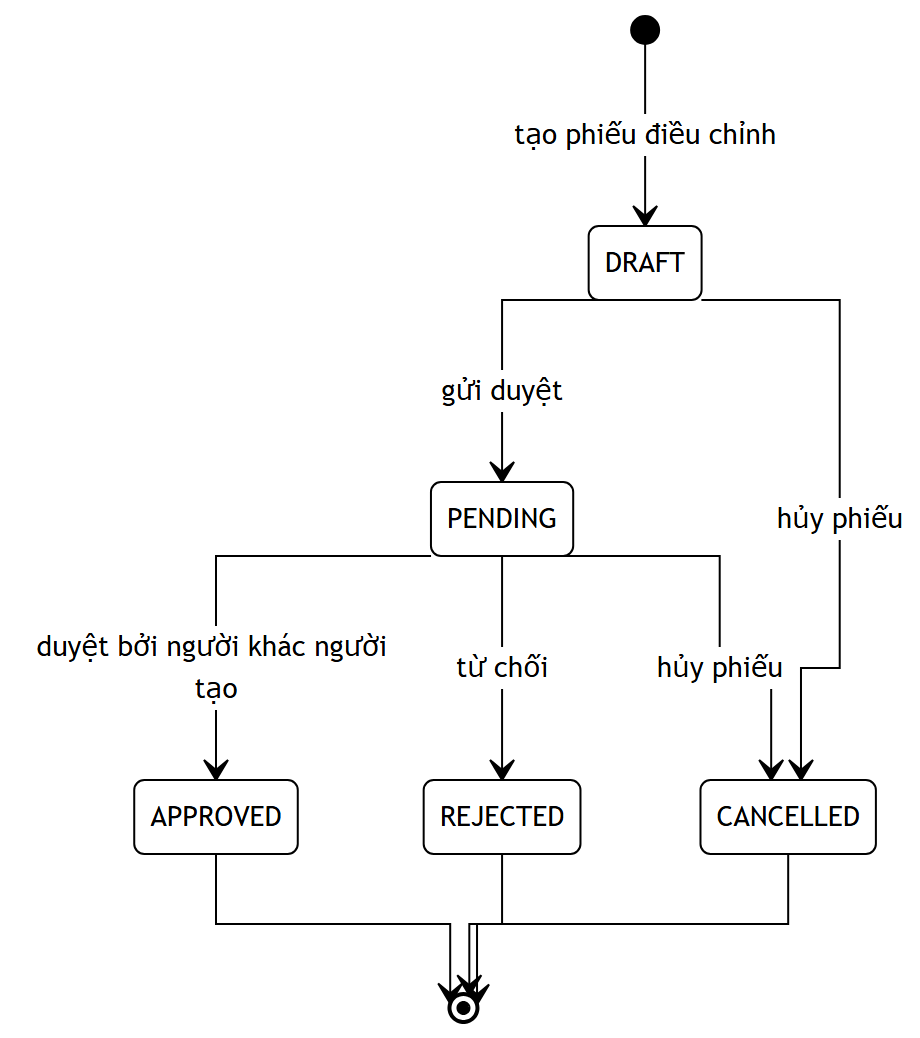
Above: docs/diagrams/06_2-4-1_5-quy-trinh-dieu-chinh-ton-stock-adjustment_state.png in nguyenthihongnhu-dotcom/luanvan2026 (Mermaid), before the change. Its source is kept beside it as docs/diagrams/06_2-4-1_5-quy-trinh-dieu-chinh-ton-stock-adjustment_state.mmd.
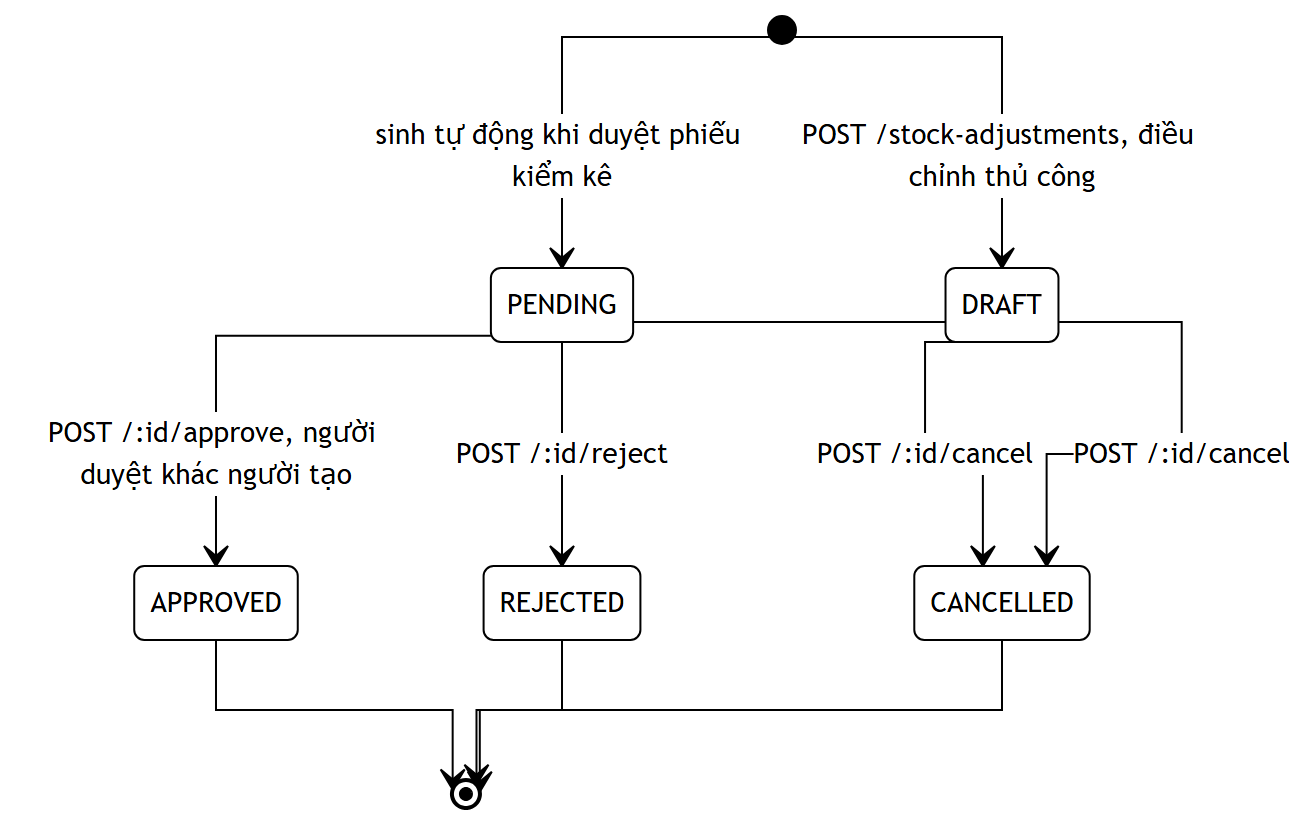
The same diagram one commit later.

Change to the diagram source:
```diff
@@ -24,12 +24,12 @@
   'state': { 'padding': 12, 'useMaxWidth': false }
 }}%%
 stateDiagram-v2
-    [*] --> DRAFT: tạo phiếu điều chỉnh
-    DRAFT --> PENDING: gửi duyệt
-    DRAFT --> CANCELLED: hủy phiếu
-    PENDING --> APPROVED: duyệt bởi người khác người tạo
-    PENDING --> REJECTED: từ chối
-    PENDING --> CANCELLED: hủy phiếu
+    [*] --> DRAFT: POST /stock-adjustments, điều chỉnh thủ công
+    [*] --> PENDING: sinh tự động khi duyệt phiếu kiểm kê
+    DRAFT --> CANCELLED: POST /:id/cancel
+    PENDING --> APPROVED: POST /:id/approve, người duyệt khác người tạo
+    PENDING --> REJECTED: POST /:id/reject
+    PENDING --> CANCELLED: POST /:id/cancel
     APPROVED --> [*]
     REJECTED --> [*]
     CANCELLED --> [*]
```
